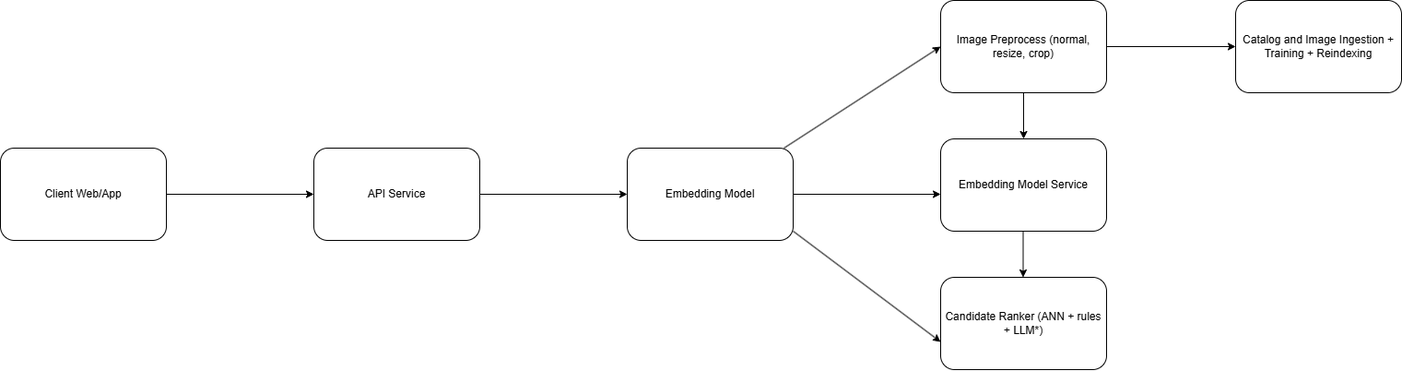
Before: flow.drawio.png, a diagram exported from draw.io (jf-labs/Mat-Vis-Net). Source tidied: cells renumbered, new cells last; positions are measured from the earlier drawing's top-left corner, leaving out a move shared by most shapes. Source of this version:
```xml
<mxGraphModel>
  <root>
    <mxCell id="0" />
    <mxCell id="1" parent="0" />
    <mxCell id="2" value="Client Web/App" style="rounded=1;whiteSpace=wrap;html=1;" parent="1" vertex="1">
      <mxGeometry y="160" width="180" height="100" as="geometry" />
    </mxCell>
    <mxCell id="3" style="endArrow=classic;html=1;exitX=1;exitY=0.5;exitDx=0;exitDy=0;" parent="1" edge="1" source="2">
      <mxGeometry relative="1" as="geometry">
        <mxPoint x="340" y="210" as="targetPoint" />
      </mxGeometry>
    </mxCell>
    <mxCell id="4" value="API Service" style="rounded=1;whiteSpace=wrap;html=1;" parent="1" vertex="1">
      <mxGeometry x="340" y="160" width="180" height="100" as="geometry" />
    </mxCell>
    <mxCell id="5" style="endArrow=classic;html=1;exitX=1;exitY=0.5;exitDx=0;exitDy=0;" parent="1" edge="1" source="4">
      <mxGeometry relative="1" as="geometry">
        <mxPoint x="680" y="210" as="targetPoint" />
      </mxGeometry>
    </mxCell>
    <mxCell id="6" value="Embedding Model" style="rounded=1;whiteSpace=wrap;html=1;" parent="1" vertex="1">
      <mxGeometry x="680" y="160" width="180" height="100" as="geometry" />
    </mxCell>
    <mxCell id="7" style="endArrow=classic;html=1;exitX=1;exitY=0.5;exitDx=0;exitDy=0;" parent="1" edge="1" source="6">
      <mxGeometry relative="1" as="geometry">
        <mxPoint x="1020" y="210" as="targetPoint" />
      </mxGeometry>
    </mxCell>
    <mxCell id="8" style="endArrow=classic;html=1;exitX=1;exitY=0.5;exitDx=0;exitDy=0;" parent="1" edge="1">
      <mxGeometry relative="1" as="geometry">
        <mxPoint x="860" y="250" as="sourcePoint" />
        <mxPoint x="1020" y="370" as="targetPoint" />
      </mxGeometry>
    </mxCell>
    <mxCell id="9" style="endArrow=classic;html=1;exitX=1;exitY=0.5;exitDx=0;exitDy=0;" parent="1" edge="1">
      <mxGeometry relative="1" as="geometry">
        <mxPoint x="850" y="160" as="sourcePoint" />
        <mxPoint x="1020" y="50" as="targetPoint" />
      </mxGeometry>
    </mxCell>
    <mxCell id="10" value="Image Preprocess (normal, resize, crop)" style="rounded=1;whiteSpace=wrap;html=1;" parent="1" vertex="1">
      <mxGeometry x="1020" width="180" height="100" as="geometry" />
    </mxCell>
    <mxCell id="11" value="Embedding Model Service" style="rounded=1;whiteSpace=wrap;html=1;" parent="1" vertex="1">
      <mxGeometry x="1020" y="150" width="180" height="100" as="geometry" />
    </mxCell>
    <mxCell id="12" value="Candidate Ranker (ANN + rules + LLM*)" style="rounded=1;whiteSpace=wrap;html=1;" parent="1" vertex="1">
      <mxGeometry x="1020" y="300" width="180" height="100" as="geometry" />
    </mxCell>
    <mxCell id="13" style="endArrow=classic;html=1;exitX=0.5;exitY=1;exitDx=0;exitDy=0;entryX=0.5;entryY=0;entryDx=0;entryDy=0;" parent="1" edge="1" source="10" target="11">
      <mxGeometry relative="1" as="geometry" />
    </mxCell>
    <mxCell id="14" style="endArrow=classic;html=1;exitX=0.5;exitY=1;exitDx=0;exitDy=0;entryX=0.5;entryY=0;entryDx=0;entryDy=0;" parent="1" edge="1">
      <mxGeometry relative="1" as="geometry">
        <mxPoint x="1109.5" y="250" as="sourcePoint" />
        <mxPoint x="1109.5" y="300" as="targetPoint" />
      </mxGeometry>
    </mxCell>
    <mxCell id="15" style="endArrow=classic;html=1;exitX=1;exitY=0.5;exitDx=0;exitDy=0;" parent="1" edge="1" source="10">
      <mxGeometry relative="1" as="geometry">
        <mxPoint x="1340" y="50" as="targetPoint" />
      </mxGeometry>
    </mxCell>
    <mxCell id="16" value="Catalog and Image Ingestion + Training + Reindexing" style="rounded=1;whiteSpace=wrap;html=1;" parent="1" vertex="1">
      <mxGeometry x="1340" width="180" height="100" as="geometry" />
    </mxCell>
  </root>
</mxGraphModel>
```
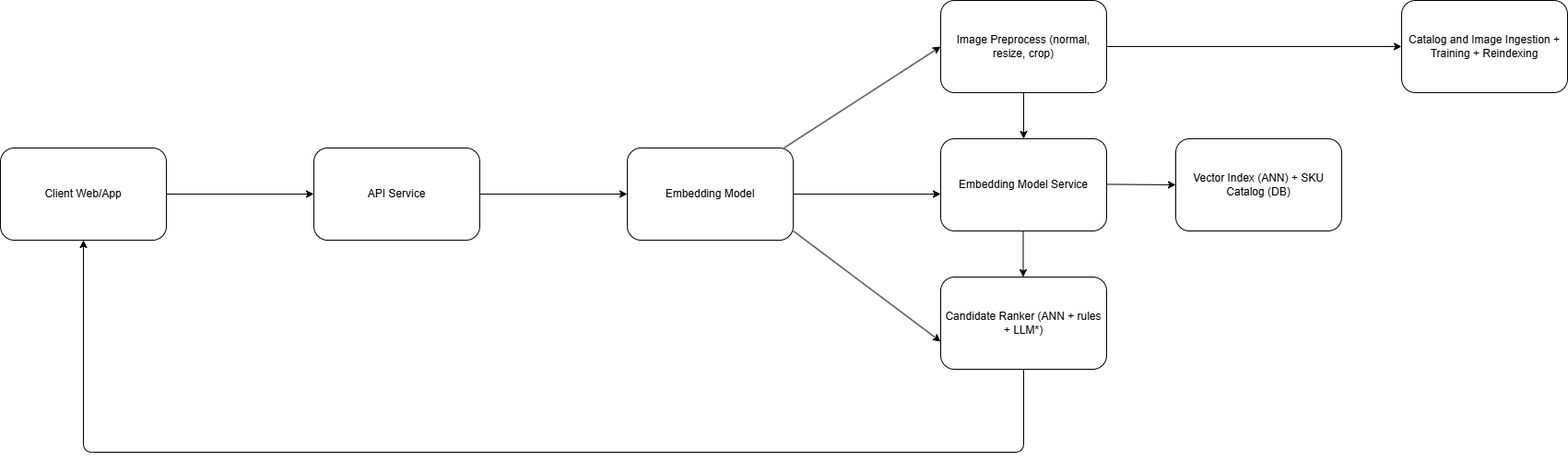
Later version of the same file.

Commit message:
Added Ranker->UI portion

Diff of the diagram source:
```diff
@@ -56,13 +56,27 @@
         <mxPoint x="1109.5" y="300" as="targetPoint" />
       </mxGeometry>
     </mxCell>
-    <mxCell id="15" style="endArrow=classic;html=1;exitX=1;exitY=0.5;exitDx=0;exitDy=0;" parent="1" edge="1" source="10">
-      <mxGeometry relative="1" as="geometry">
-        <mxPoint x="1340" y="50" as="targetPoint" />
-      </mxGeometry>
+    <mxCell id="15" style="endArrow=classic;html=1;exitX=1;exitY=0.5;exitDx=0;exitDy=0;entryX=0;entryY=0.5;entryDx=0;entryDy=0;" parent="1" edge="1" source="10" target="16">
+      <mxGeometry relative="1" as="geometry" />
     </mxCell>
     <mxCell id="16" value="Catalog and Image Ingestion + Training + Reindexing" style="rounded=1;whiteSpace=wrap;html=1;" parent="1" vertex="1">
-      <mxGeometry x="1340" width="180" height="100" as="geometry" />
+      <mxGeometry x="1520" width="180" height="100" as="geometry" />
     </mxCell>
+    <mxCell id="17" value="Vector Index (ANN) + SKU Catalog (DB)" style="rounded=1;whiteSpace=wrap;html=1;" parent="1" vertex="1">
+      <mxGeometry x="1275" y="150" width="180" height="100" as="geometry" />
+    </mxCell>
+    <mxCell id="18" style="endArrow=classic;html=1;exitX=1;exitY=0.5;exitDx=0;exitDy=0;entryX=0;entryY=0.5;entryDx=0;entryDy=0;" parent="1" edge="1" target="17">
+      <mxGeometry relative="1" as="geometry">
+        <mxPoint x="1200" y="199.4" as="sourcePoint" />
+      </mxGeometry>
+    </mxCell>
+    <mxCell id="19" style="endArrow=classic;html=1;exitX=0.5;exitY=1;exitDx=0;exitDy=0;entryX=0.5;entryY=1;entryDx=0;entryDy=0;" parent="1" edge="1" source="12" target="2">
+      <mxGeometry relative="1" as="geometry">
+        <Array as="points">
+          <mxPoint x="1110" y="490" />
+          <mxPoint x="90" y="490" />
+        </Array>
+      </mxGeometry>
+    </mxCell>
   </root>
 </mxGraphModel>
```
